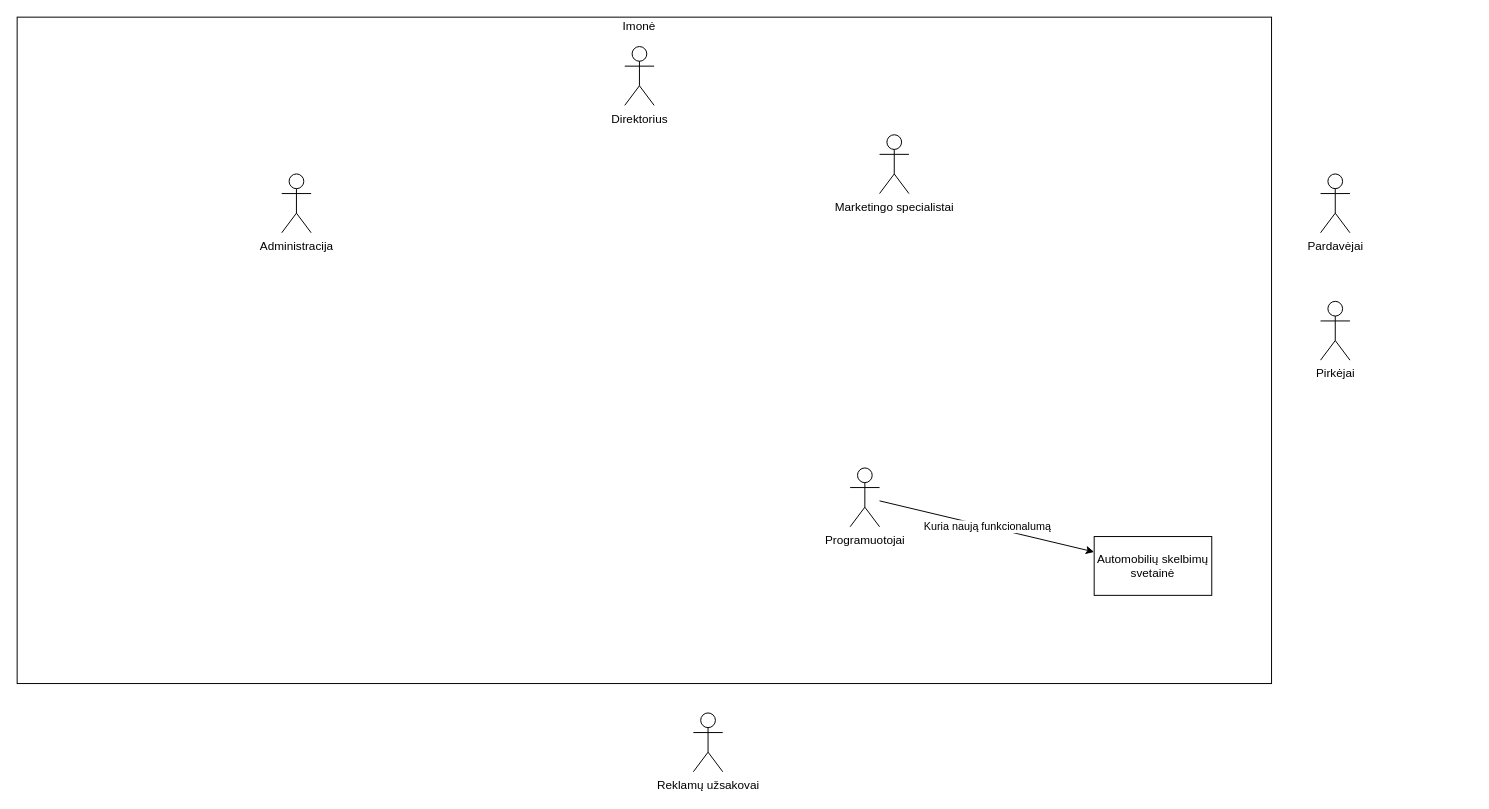
Earlier version of the draw.io diagram Vaizdusis_paveikslelis.drawio (LuckyRads/Car-Marketplace-KP). Source tidied: cells renumbered, new cells numbered last; positions are measured from the earlier drawing's top-left corner, leaving out a move shared by most shapes. Both pictures are drawn from the tidied source at 98%, with x=0, y=0 at pixel (17, 17).
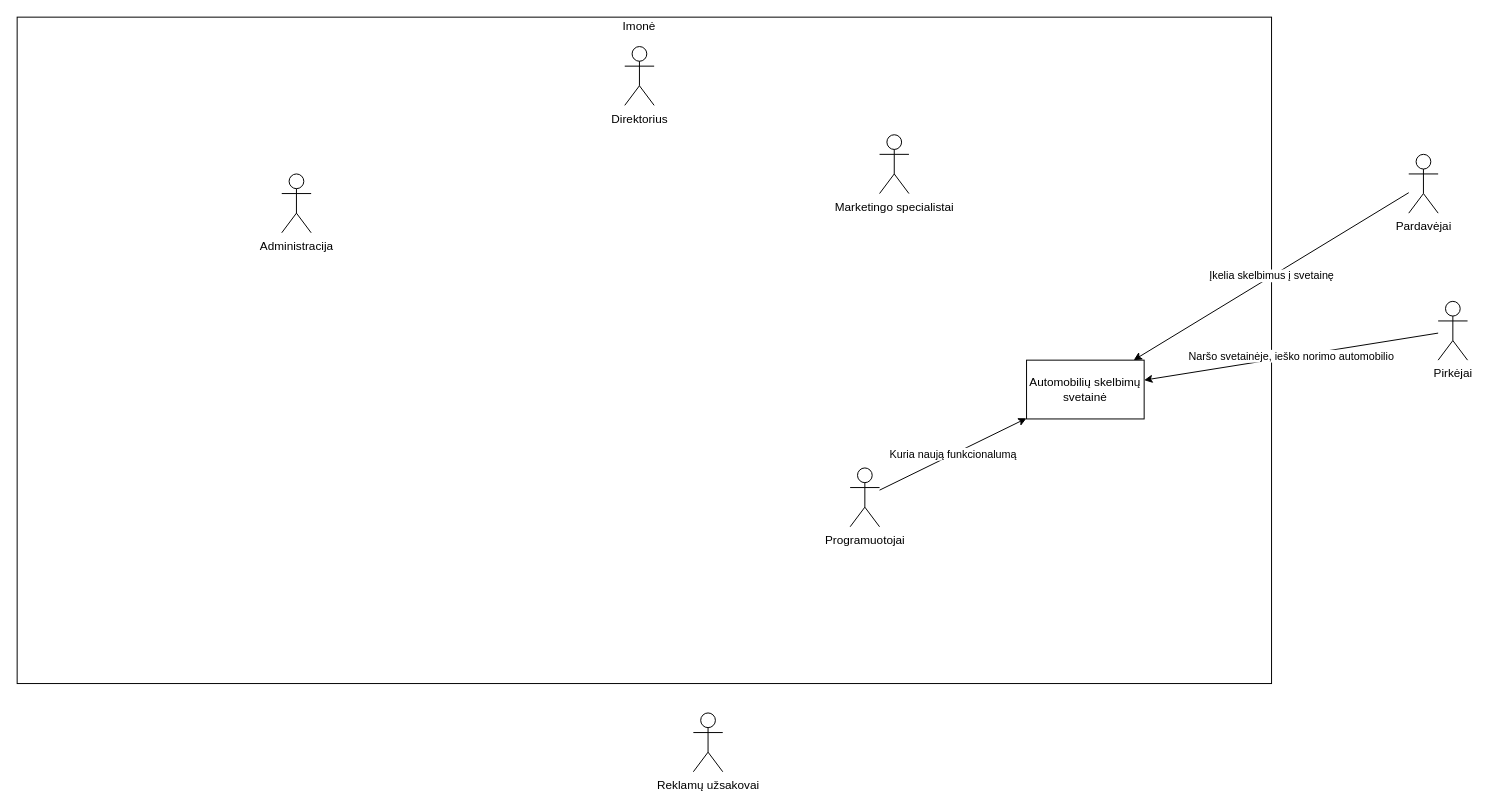
Above is the later version.

The edit, as a diff of the source:
```diff
@@
 <mxGraphModel>
   <root>
     <mxCell id="0" />
     <mxCell id="1" parent="0" />
     <mxCell id="2" style="rounded=0;whiteSpace=wrap;html=1;" parent="1" vertex="1">
       <mxGeometry width="1280" height="680" as="geometry" />
     </mxCell>
     <mxCell id="3" value="Imonė" style="text;html=1;strokeColor=none;fillColor=none;align=center;verticalAlign=middle;whiteSpace=wrap;rounded=0;" parent="1" vertex="1">
       <mxGeometry x="615" width="40" height="20" as="geometry" />
     </mxCell>
     <mxCell id="4" value="&lt;div&gt;Direktorius&lt;/div&gt;" style="shape=umlActor;verticalLabelPosition=bottom;verticalAlign=top;html=1;" parent="1" vertex="1">
       <mxGeometry x="620" y="30" width="30" height="60" as="geometry" />
     </mxCell>
     <mxCell id="5" value="&lt;div&gt;Programuotojai&lt;/div&gt;" style="shape=umlActor;verticalLabelPosition=bottom;verticalAlign=top;html=1;outlineConnect=0;" parent="1" vertex="1">
       <mxGeometry x="850" y="460" width="30" height="60" as="geometry" />
     </mxCell>
     <mxCell id="6" value="Automobilių skelbimų svetainė" style="rounded=0;whiteSpace=wrap;html=1;" parent="1" vertex="1">
-      <mxGeometry x="1099" y="530" width="120" height="60" as="geometry" />
+      <mxGeometry x="1030" y="350" width="120" height="60" as="geometry" />
     </mxCell>
     <mxCell id="7" value="&lt;div&gt;Kuria naują funkcionalumą&lt;/div&gt;" style="endArrow=classic;html=1;" parent="1" edge="1" source="5" target="6">
       <mxGeometry relative="1" as="geometry" />
     </mxCell>
     <mxCell id="8" value="Marketingo specialistai" style="shape=umlActor;verticalLabelPosition=bottom;verticalAlign=top;html=1;" parent="1" vertex="1">
       <mxGeometry x="880" y="120" width="30" height="60" as="geometry" />
     </mxCell>
     <mxCell id="9" value="Pardavėjai" style="shape=umlActor;verticalLabelPosition=bottom;verticalAlign=top;html=1;outlineConnect=0;" parent="1" vertex="1">
-      <mxGeometry x="1330" y="160" width="30" height="60" as="geometry" />
+      <mxGeometry x="1420" y="140" width="30" height="60" as="geometry" />
     </mxCell>
     <mxCell id="10" value="Pirkėjai" style="shape=umlActor;verticalLabelPosition=bottom;verticalAlign=top;html=1;outlineConnect=0;" parent="1" vertex="1">
-      <mxGeometry x="1330" y="290" width="30" height="60" as="geometry" />
+      <mxGeometry x="1450" y="290" width="30" height="60" as="geometry" />
     </mxCell>
     <mxCell id="11" value="Reklamų užsakovai" style="shape=umlActor;verticalLabelPosition=bottom;verticalAlign=top;html=1;" parent="1" vertex="1">
       <mxGeometry x="690" y="710" width="30" height="60" as="geometry" />
     </mxCell>
     <mxCell id="12" value="Administracija" style="shape=umlActor;verticalLabelPosition=bottom;verticalAlign=top;html=1;" parent="1" vertex="1">
       <mxGeometry x="270" y="160" width="30" height="60" as="geometry" />
     </mxCell>
+    <mxCell id="13" value="&lt;div&gt;Naršo svetainėje, ieško norimo automobilio&lt;/div&gt;" style="endArrow=classic;html=1;" parent="1" edge="1" source="10" target="6">
+      <mxGeometry relative="1" as="geometry" />
+    </mxCell>
+    <mxCell id="14" value="Įkelia skelbimus į svetainę" style="endArrow=classic;html=1;" parent="1" edge="1" source="9" target="6">
+      <mxGeometry relative="1" as="geometry" />
+    </mxCell>
   </root>
 </mxGraphModel>
```
